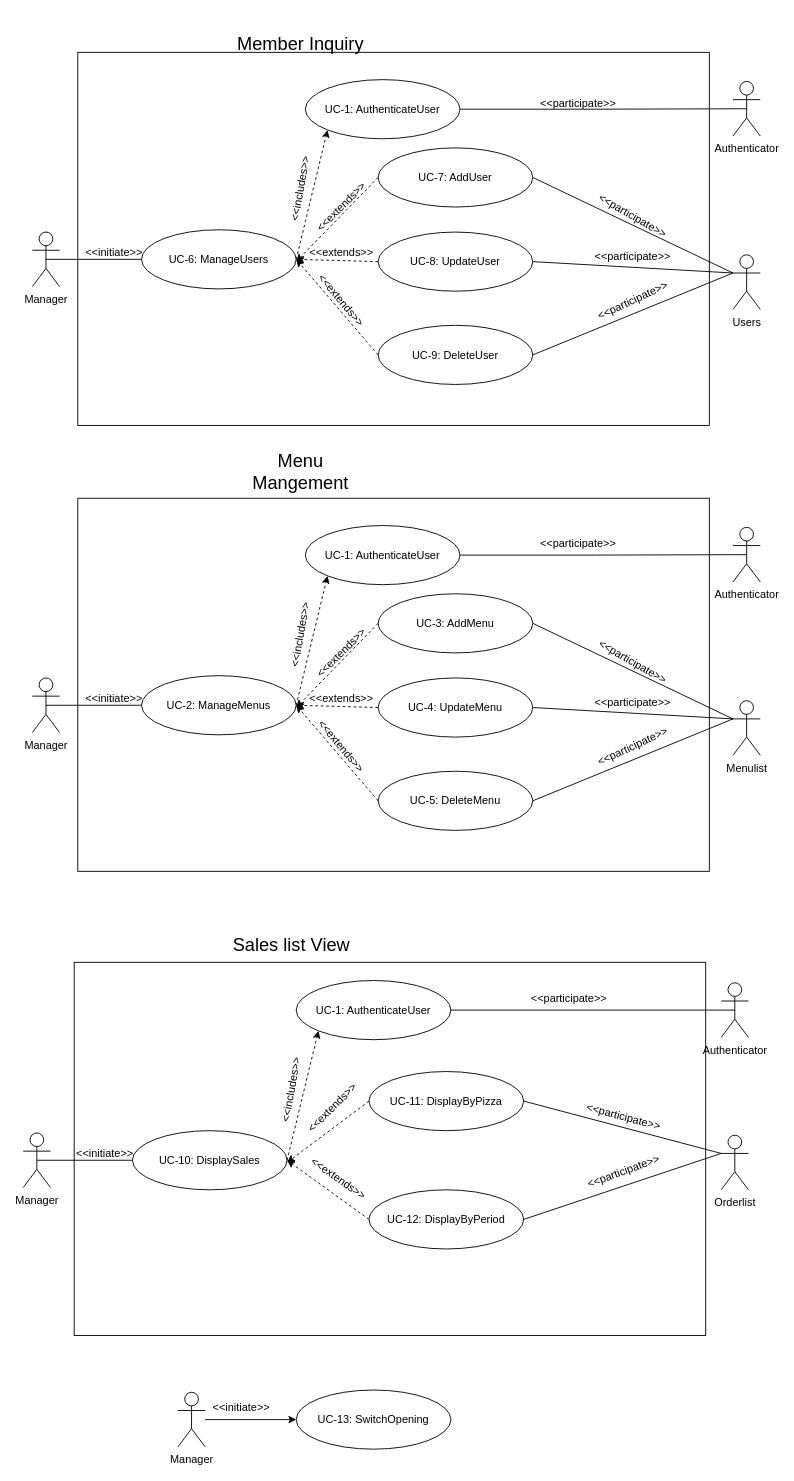
Above: docs/SubgroupB_management/usecase/usecaseuml.drawio in cau-sw-engineering-2021/online-pizza-ordering-system (draw.io), before the change. Source tidied: cells renumbered, new cells numbered last; positions are measured from the earlier drawing's top-left corner, leaving out a move shared by most shapes. Both pictures are drawn from the tidied source at 91%, with x=0, y=0 at pixel (23, 15).
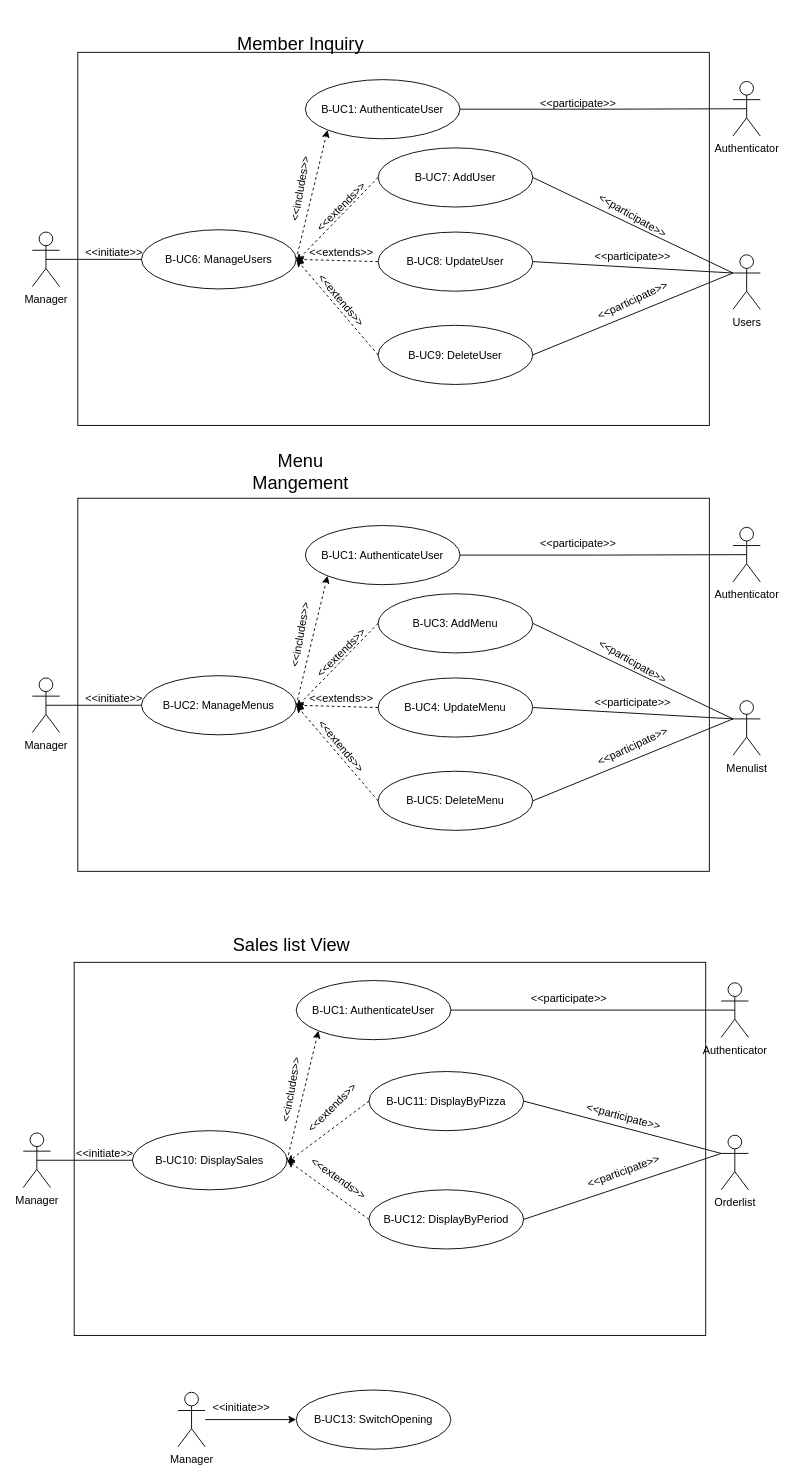
The same diagram, later.

Diff of the diagram source:
```diff
@@
-    <mxCell id="6" value="UC-6: ManageUsers" style="ellipse;whiteSpace=wrap;html=1;" parent="1" vertex="1">
+    <mxCell id="6" value="B-UC6: ManageUsers" style="ellipse;whiteSpace=wrap;html=1;" parent="1" vertex="1">
       <mxGeometry x="130" y="235" width="170" height="65" as="geometry" />
     </mxCell>
@@
-    <mxCell id="8" value="UC-1: AuthenticateUser" style="ellipse;whiteSpace=wrap;html=1;" parent="1" vertex="1">
+    <mxCell id="8" value="B-UC1: AuthenticateUser" style="ellipse;whiteSpace=wrap;html=1;" parent="1" vertex="1">
       <mxGeometry x="310" y="70" width="170" height="65" as="geometry" />
     </mxCell>
-    <mxCell id="9" value="UC-7: AddUser" style="ellipse;whiteSpace=wrap;html=1;" parent="1" vertex="1">
+    <mxCell id="9" value="B-UC7: AddUser" style="ellipse;whiteSpace=wrap;html=1;" parent="1" vertex="1">
       <mxGeometry x="390" y="145" width="170" height="65" as="geometry" />
     </mxCell>
-    <mxCell id="10" value="UC-8: UpdateUser" style="ellipse;whiteSpace=wrap;html=1;" parent="1" vertex="1">
+    <mxCell id="10" value="B-UC8: UpdateUser" style="ellipse;whiteSpace=wrap;html=1;" parent="1" vertex="1">
       <mxGeometry x="390" y="237.5" width="170" height="65" as="geometry" />
     </mxCell>
-    <mxCell id="11" value="UC-9: DeleteUser" style="ellipse;whiteSpace=wrap;html=1;" parent="1" vertex="1">
+    <mxCell id="11" value="B-UC9: DeleteUser" style="ellipse;whiteSpace=wrap;html=1;" parent="1" vertex="1">
       <mxGeometry x="390" y="340" width="170" height="65" as="geometry" />
     </mxCell>
@@
-    <mxCell id="34" value="UC-2: ManageMenus" style="ellipse;whiteSpace=wrap;html=1;" parent="1" vertex="1">
+    <mxCell id="34" value="B-UC2: ManageMenus" style="ellipse;whiteSpace=wrap;html=1;" parent="1" vertex="1">
       <mxGeometry x="130" y="725" width="170" height="65" as="geometry" />
     </mxCell>
@@
-    <mxCell id="36" value="UC-1: AuthenticateUser" style="ellipse;whiteSpace=wrap;html=1;" parent="1" vertex="1">
+    <mxCell id="36" value="B-UC1: AuthenticateUser" style="ellipse;whiteSpace=wrap;html=1;" parent="1" vertex="1">
       <mxGeometry x="310" y="560" width="170" height="65" as="geometry" />
     </mxCell>
-    <mxCell id="37" value="UC-3: AddMenu" style="ellipse;whiteSpace=wrap;html=1;" parent="1" vertex="1">
+    <mxCell id="37" value="B-UC3: AddMenu" style="ellipse;whiteSpace=wrap;html=1;" parent="1" vertex="1">
       <mxGeometry x="390" y="635" width="170" height="65" as="geometry" />
     </mxCell>
-    <mxCell id="38" value="UC-4: UpdateMenu" style="ellipse;whiteSpace=wrap;html=1;" parent="1" vertex="1">
+    <mxCell id="38" value="B-UC4: UpdateMenu" style="ellipse;whiteSpace=wrap;html=1;" parent="1" vertex="1">
       <mxGeometry x="390" y="727.5" width="170" height="65" as="geometry" />
     </mxCell>
-    <mxCell id="39" value="UC-5: DeleteMenu" style="ellipse;whiteSpace=wrap;html=1;" parent="1" vertex="1">
+    <mxCell id="39" value="B-UC5: DeleteMenu" style="ellipse;whiteSpace=wrap;html=1;" parent="1" vertex="1">
       <mxGeometry x="390" y="830" width="170" height="65" as="geometry" />
     </mxCell>
@@
-    <mxCell id="62" value="UC-10: DisplaySales" style="ellipse;whiteSpace=wrap;html=1;" parent="1" vertex="1">
+    <mxCell id="62" value="B-UC10: DisplaySales" style="ellipse;whiteSpace=wrap;html=1;" parent="1" vertex="1">
       <mxGeometry x="120" y="1225" width="170" height="65" as="geometry" />
     </mxCell>
@@
-    <mxCell id="64" value="UC-1: AuthenticateUser" style="ellipse;whiteSpace=wrap;html=1;" parent="1" vertex="1">
+    <mxCell id="64" value="B-UC1: AuthenticateUser" style="ellipse;whiteSpace=wrap;html=1;" parent="1" vertex="1">
       <mxGeometry x="300" y="1060" width="170" height="65" as="geometry" />
     </mxCell>
-    <mxCell id="65" value="UC-11: DisplayByPizza" style="ellipse;whiteSpace=wrap;html=1;" parent="1" vertex="1">
+    <mxCell id="65" value="B-UC11: DisplayByPizza" style="ellipse;whiteSpace=wrap;html=1;" parent="1" vertex="1">
       <mxGeometry x="380" y="1160" width="170" height="65" as="geometry" />
     </mxCell>
-    <mxCell id="66" value="UC-12: DisplayByPeriod" style="ellipse;whiteSpace=wrap;html=1;" parent="1" vertex="1">
+    <mxCell id="66" value="B-UC12: DisplayByPeriod" style="ellipse;whiteSpace=wrap;html=1;" parent="1" vertex="1">
       <mxGeometry x="380" y="1290" width="170" height="65" as="geometry" />
     </mxCell>
@@
-    <mxCell id="81" value="UC-13: SwitchOpening" style="ellipse;whiteSpace=wrap;html=1;" parent="1" vertex="1">
+    <mxCell id="81" value="B-UC13: SwitchOpening" style="ellipse;whiteSpace=wrap;html=1;" parent="1" vertex="1">
       <mxGeometry x="300" y="1510" width="170" height="65" as="geometry" />
     </mxCell>
```
